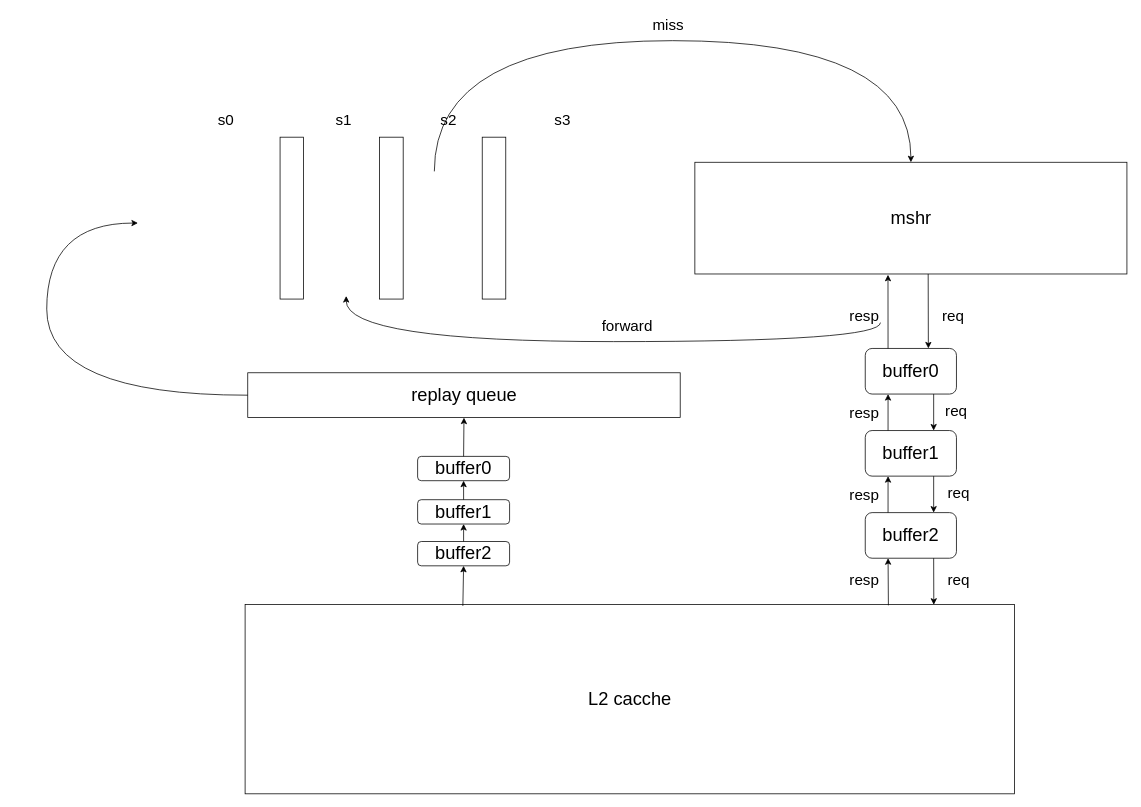
happy-lx/drawio keeps this draw.io diagram as l1_miss_l2_hit_pipeline.drawio. Above is the earlier version. Source tidied: cells renumbered, new cells numbered last; positions are measured from the earlier drawing's top-left corner, leaving out a move shared by most shapes. Both pictures are drawn from the tidied source at 76%, with x=0, y=0 at pixel (46, 13).
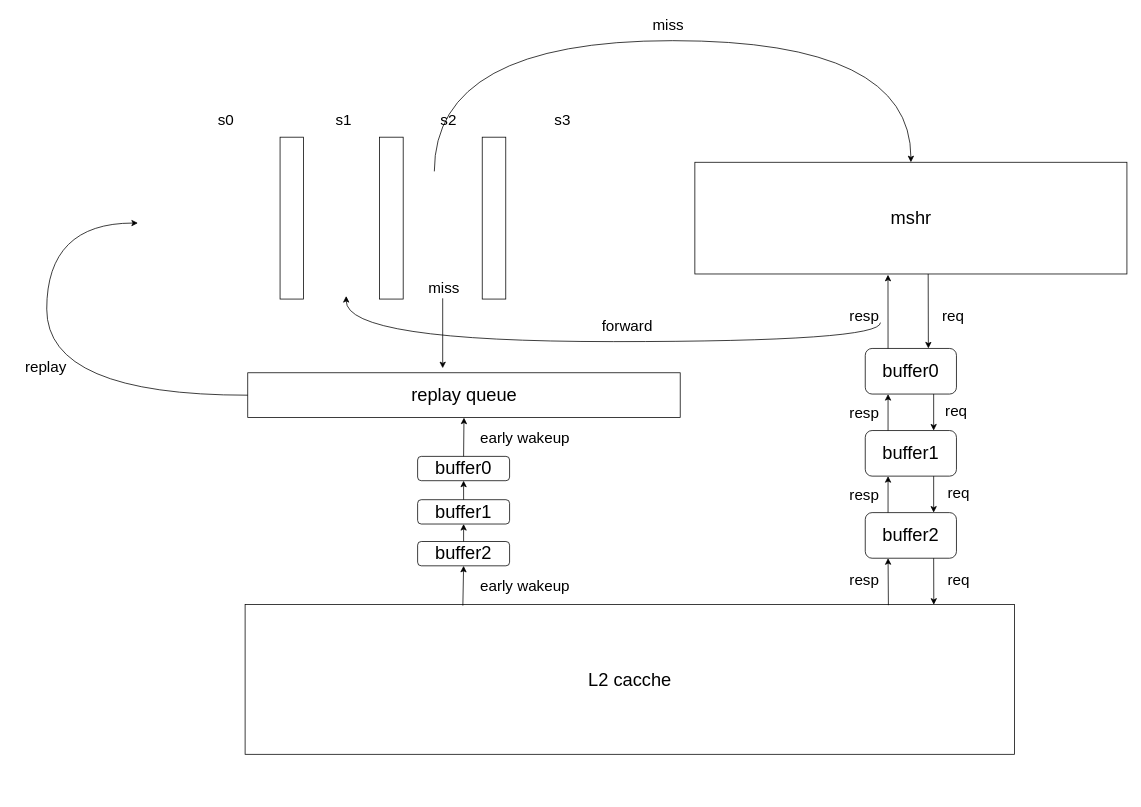
The same page after the edit.

What changed in the source:
```diff
@@
     <mxCell id="13" value="&lt;font style=&quot;font-size: 24px;&quot;&gt;L2 cacche&lt;/font&gt;" style="rounded=0;whiteSpace=wrap;html=1;" parent="1" vertex="1">
-      <mxGeometry x="261" y="778" width="1012.5" height="249" as="geometry" />
+      <mxGeometry x="261" y="778" width="1012.5" height="197" as="geometry" />
     </mxCell>
@@
+    <mxCell id="43" value="&lt;font style=&quot;font-size: 20px;&quot;&gt;replay&lt;/font&gt;" style="text;html=1;strokeColor=none;fillColor=none;align=center;verticalAlign=middle;whiteSpace=wrap;rounded=0;" parent="1" vertex="1">
+      <mxGeometry x="-44" y="444" width="86" height="39" as="geometry" />
+    </mxCell>
+    <mxCell id="44" value="&lt;font style=&quot;font-size: 20px;&quot;&gt;early wakeup&lt;/font&gt;" style="text;html=1;strokeColor=none;fillColor=none;align=center;verticalAlign=middle;whiteSpace=wrap;rounded=0;" parent="1" vertex="1">
+      <mxGeometry x="546" y="735" width="167" height="35" as="geometry" />
+    </mxCell>
+    <mxCell id="45" value="&lt;font style=&quot;font-size: 20px;&quot;&gt;early wakeup&lt;/font&gt;" style="text;html=1;strokeColor=none;fillColor=none;align=center;verticalAlign=middle;whiteSpace=wrap;rounded=0;" parent="1" vertex="1">
+      <mxGeometry x="546" y="540" width="167" height="35" as="geometry" />
+    </mxCell>
+    <mxCell id="46" style="endArrow=classic;html=1;rounded=0;" parent="1" edge="1">
+      <mxGeometry relative="1" as="geometry">
+        <mxPoint x="521" y="375" as="sourcePoint" />
+        <mxPoint x="521" y="467" as="targetPoint" />
+      </mxGeometry>
+    </mxCell>
+    <mxCell id="47" value="&lt;font style=&quot;font-size: 20px;&quot;&gt;miss&lt;/font&gt;" style="text;html=1;strokeColor=none;fillColor=none;align=center;verticalAlign=middle;whiteSpace=wrap;rounded=0;" parent="1" vertex="1">
+      <mxGeometry x="493" y="346" width="60" height="30" as="geometry" />
+    </mxCell>
```
